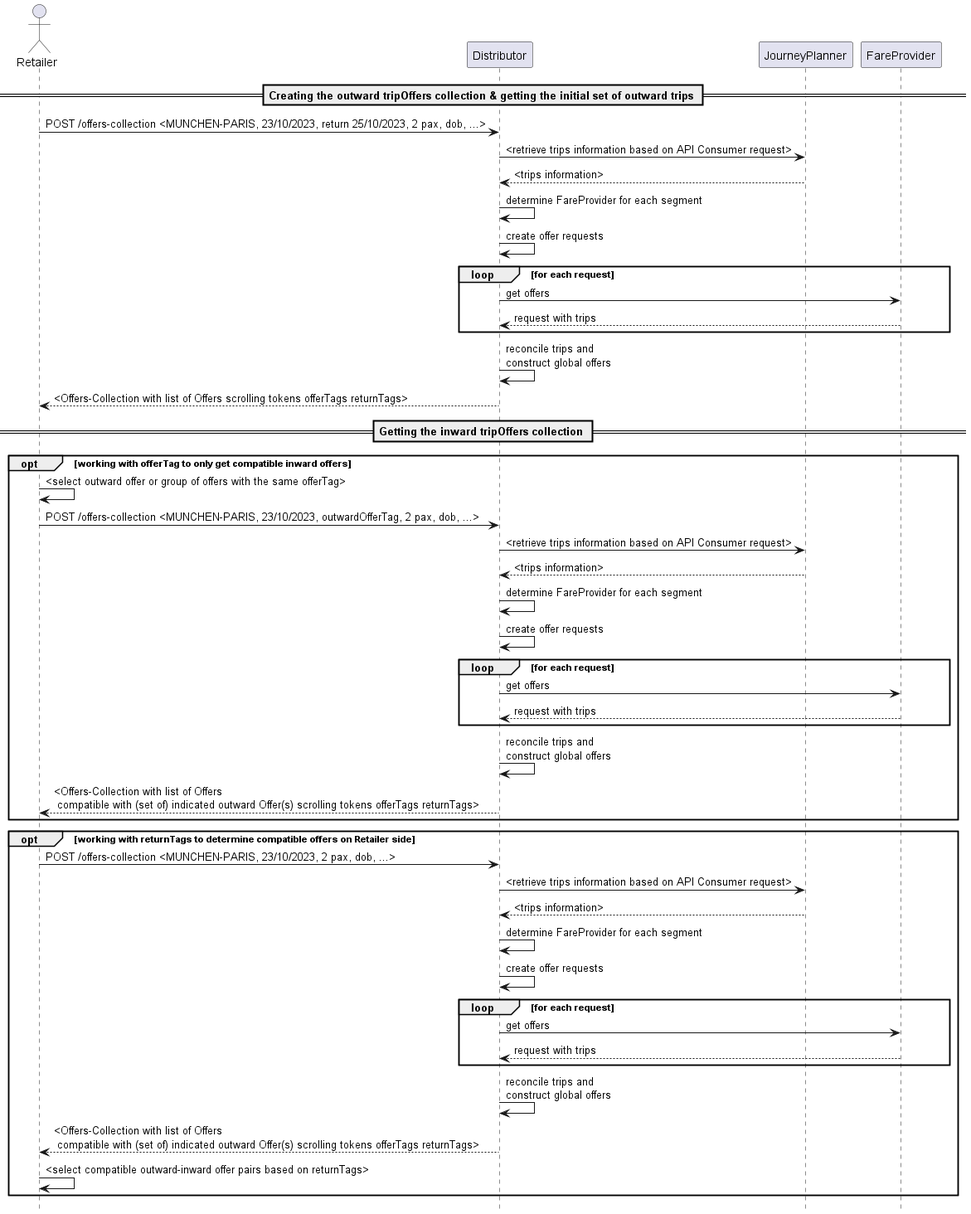
Before: images/processes/seq-products-covering-both-directions.png, a diagram exported from PlantUML (UnionInternationalCheminsdeFer/OSDM). Its diagram source:
```plantuml
@startuml
hide footbox

actor Retailer
== Creating the outward tripOffers collection & getting the initial set of outward trips ==
Retailer -> Distributor: POST /offers-collection <MUNCHEN-PARIS, 23/10/2023, return 25/10/2023, 2 pax, dob, ...>
Distributor -> JourneyPlanner : <retrieve trips information based on API Consumer request>
JourneyPlanner --> Distributor : <trips information>
Distributor -> Distributor: determine FareProvider for each segment
Distributor -> Distributor : create offer requests
loop for each request
    Distributor -> FareProvider: get offers
    FareProvider --> Distributor : request with trips
end
Distributor -> Distributor : reconcile trips and \nconstruct global offers
Distributor --> Retailer: <Offers-Collection with list of Offers scrolling tokens offerTags returnTags>

== Getting the inward tripOffers collection ==
opt working with offerTag to only get compatible inward offers
Retailer -> Retailer: <select outward offer or group of offers with the same offerTag>
Retailer -> Distributor: POST /offers-collection <MUNCHEN-PARIS, 23/10/2023, outwardOfferTag, 2 pax, dob, ...>
Distributor -> JourneyPlanner : <retrieve trips information based on API Consumer request>
JourneyPlanner --> Distributor : <trips information>
Distributor -> Distributor: determine FareProvider for each segment
Distributor -> Distributor : create offer requests
loop for each request
    Distributor -> FareProvider: get offers
    FareProvider --> Distributor : request with trips
end
Distributor -> Distributor : reconcile trips and \nconstruct global offers
Distributor --> Retailer: <Offers-Collection with list of Offers\n compatible with (set of) indicated outward Offer(s) scrolling tokens offerTags returnTags>
end

opt working with returnTags to determine compatible offers on Retailer side
Retailer -> Distributor: POST /offers-collection <MUNCHEN-PARIS, 23/10/2023, 2 pax, dob, ...>
Distributor -> JourneyPlanner : <retrieve trips information based on API Consumer request>
JourneyPlanner --> Distributor : <trips information>
Distributor -> Distributor: determine FareProvider for each segment
Distributor -> Distributor : create offer requests
loop for each request
    Distributor -> FareProvider: get offers
    FareProvider --> Distributor : request with trips
end
Distributor -> Distributor : reconcile trips and \nconstruct global offers
Distributor --> Retailer: <Offers-Collection with list of Offers\n compatible with (set of) indicated outward Offer(s) scrolling tokens offerTags returnTags>
Retailer -> Retailer: <select compatible outward-inward offer pairs based on returnTags>
end
@enduml
```
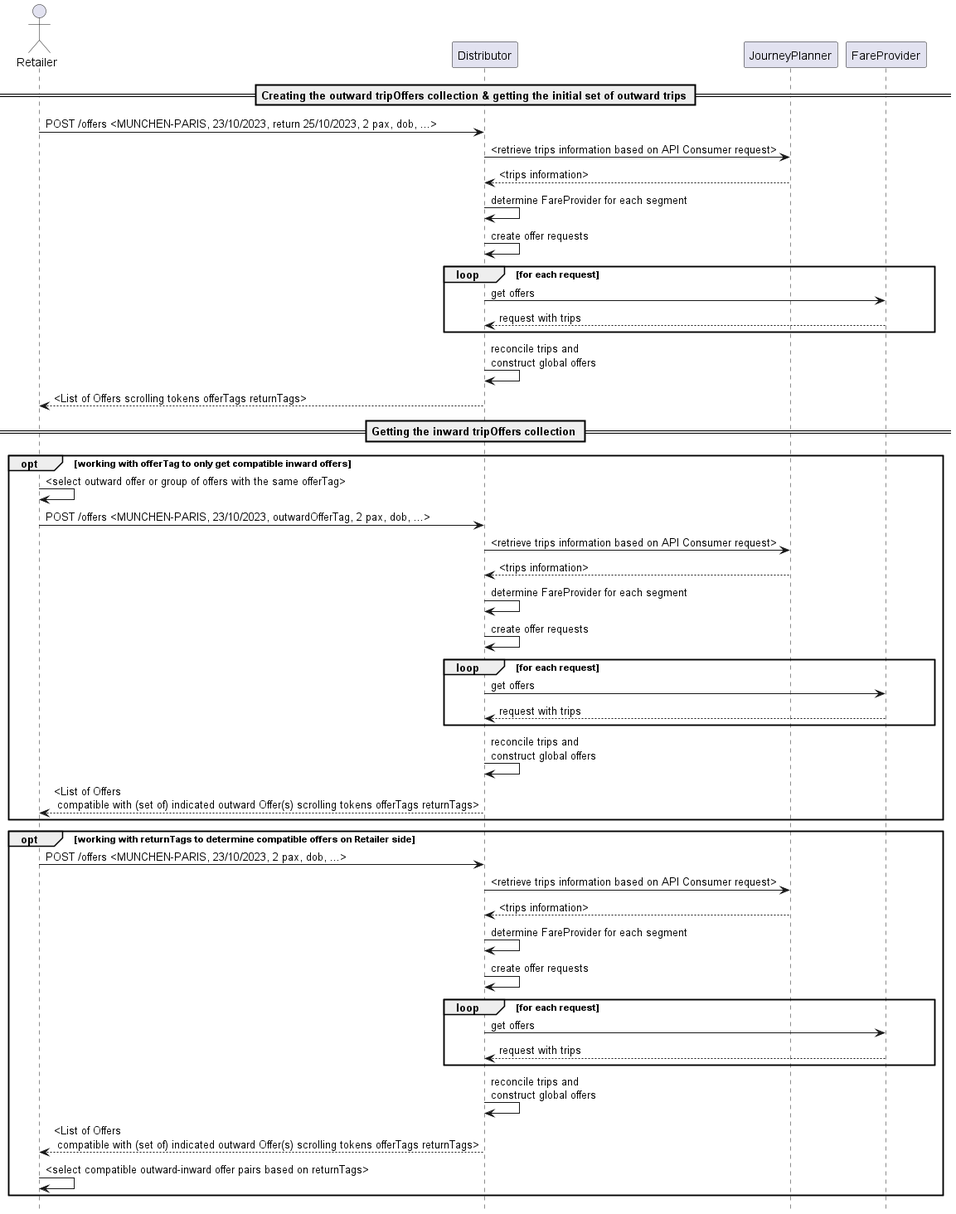
The same file after the commit.

Change to the diagram source:
```diff
@@ -3,7 +3,7 @@
 
 actor Retailer
 == Creating the outward tripOffers collection & getting the initial set of outward trips ==
-Retailer -> Distributor: POST /offers-collection <MUNCHEN-PARIS, 23/10/2023, return 25/10/2023, 2 pax, dob, ...>
+Retailer -> Distributor: POST /offers <MUNCHEN-PARIS, 23/10/2023, return 25/10/2023, 2 pax, dob, ...>
 Distributor -> JourneyPlanner : <retrieve trips information based on API Consumer request>
 JourneyPlanner --> Distributor : <trips information>
 Distributor -> Distributor: determine FareProvider for each segment
@@ -13,12 +13,12 @@
     FareProvider --> Distributor : request with trips
 end
 Distributor -> Distributor : reconcile trips and \nconstruct global offers
-Distributor --> Retailer: <Offers-Collection with list of Offers scrolling tokens offerTags returnTags>
+Distributor --> Retailer: <List of Offers scrolling tokens offerTags returnTags>
 
 == Getting the inward tripOffers collection ==
 opt working with offerTag to only get compatible inward offers
 Retailer -> Retailer: <select outward offer or group of offers with the same offerTag>
-Retailer -> Distributor: POST /offers-collection <MUNCHEN-PARIS, 23/10/2023, outwardOfferTag, 2 pax, dob, ...>
+Retailer -> Distributor: POST /offers <MUNCHEN-PARIS, 23/10/2023, outwardOfferTag, 2 pax, dob, ...>
 Distributor -> JourneyPlanner : <retrieve trips information based on API Consumer request>
 JourneyPlanner --> Distributor : <trips information>
 Distributor -> Distributor: determine FareProvider for each segment
@@ -28,11 +28,11 @@
     FareProvider --> Distributor : request with trips
 end
 Distributor -> Distributor : reconcile trips and \nconstruct global offers
-Distributor --> Retailer: <Offers-Collection with list of Offers\n compatible with (set of) indicated outward Offer(s) scrolling tokens offerTags returnTags>
+Distributor --> Retailer: <List of Offers\n compatible with (set of) indicated outward Offer(s) scrolling tokens offerTags returnTags>
 end
 
 opt working with returnTags to determine compatible offers on Retailer side
-Retailer -> Distributor: POST /offers-collection <MUNCHEN-PARIS, 23/10/2023, 2 pax, dob, ...>
+Retailer -> Distributor: POST /offers <MUNCHEN-PARIS, 23/10/2023, 2 pax, dob, ...>
 Distributor -> JourneyPlanner : <retrieve trips information based on API Consumer request>
 JourneyPlanner --> Distributor : <trips information>
 Distributor -> Distributor: determine FareProvider for each segment
@@ -42,7 +42,7 @@
     FareProvider --> Distributor : request with trips
 end
 Distributor -> Distributor : reconcile trips and \nconstruct global offers
-Distributor --> Retailer: <Offers-Collection with list of Offers\n compatible with (set of) indicated outward Offer(s) scrolling tokens offerTags returnTags>
+Distributor --> Retailer: <List of Offers\n compatible with (set of) indicated outward Offer(s) scrolling tokens offerTags returnTags>
 Retailer -> Retailer: <select compatible outward-inward offer pairs based on returnTags>
 end
 @enduml
```
